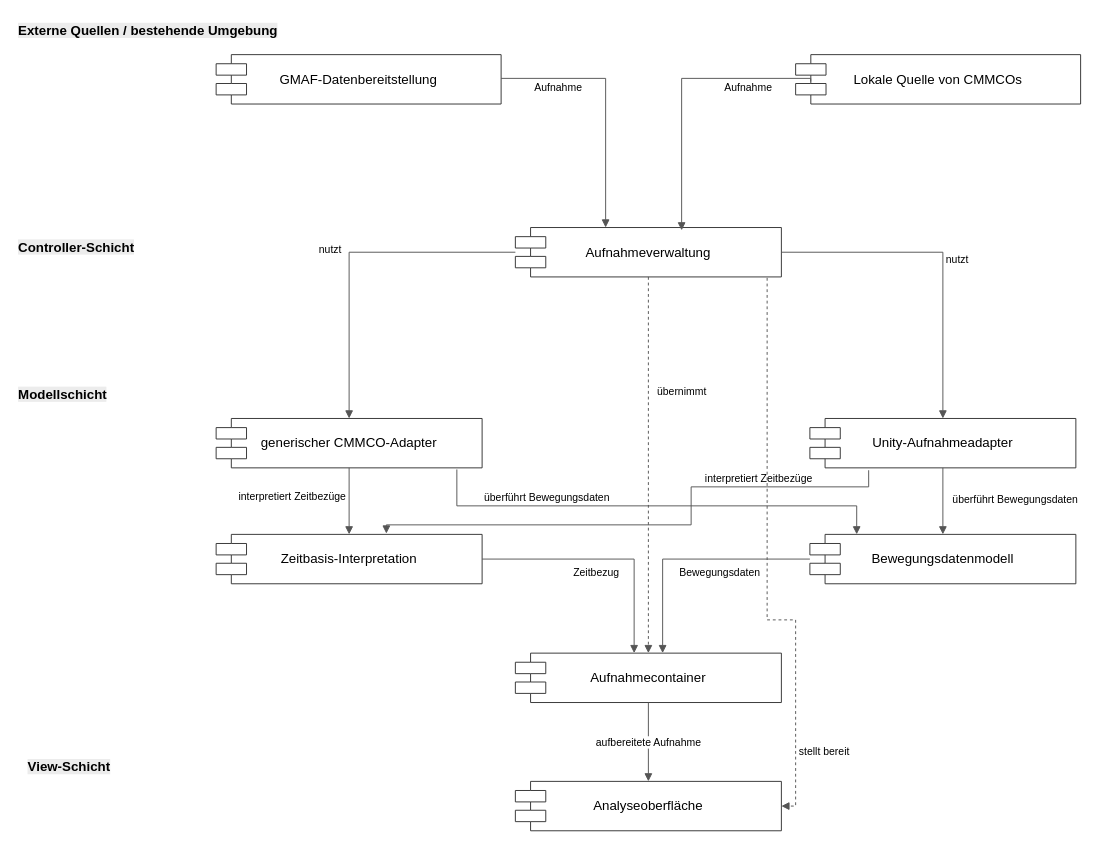
mfneu/fapra keeps this draw.io diagram as A32_Komponentenmodell.drawio. Above is the earlier version. Source tidied: cells renumbered, new cells numbered last; positions are measured from the earlier drawing's top-left corner, leaving out a move shared by most shapes. Both pictures are drawn from the tidied source at 95%, with x=0, y=0 at pixel (16, 16).
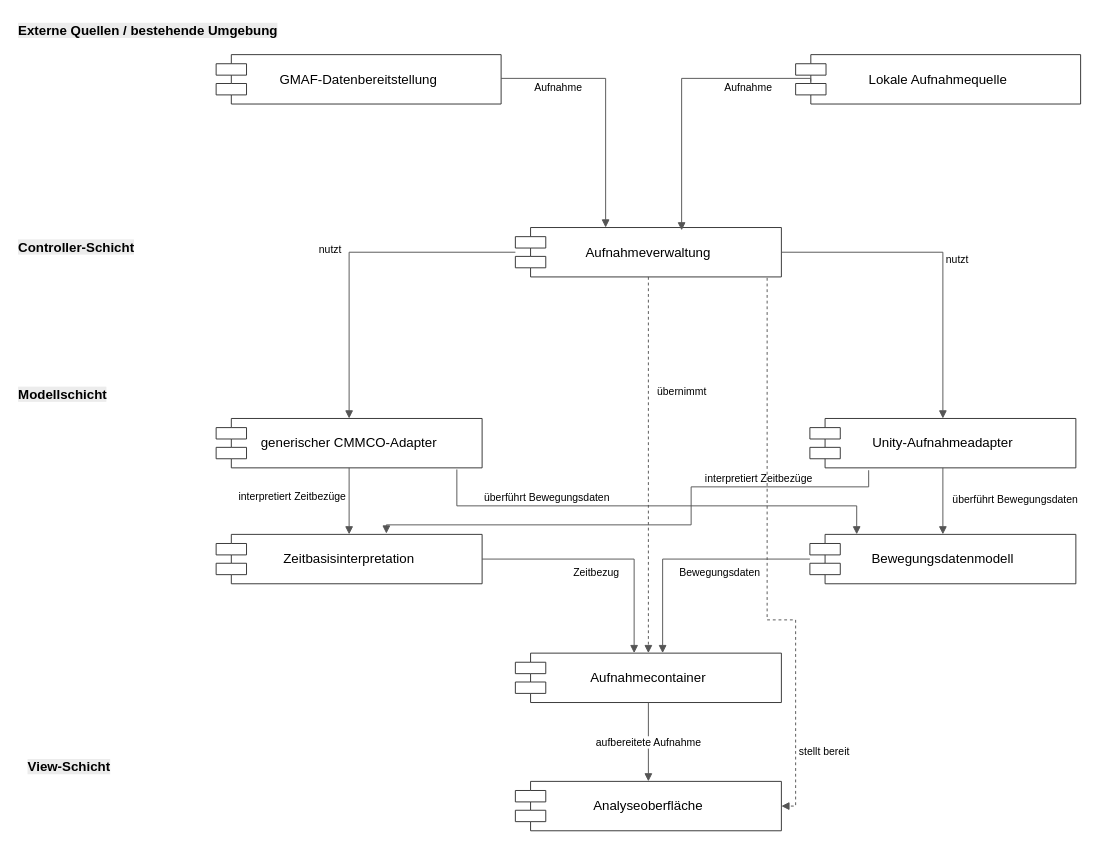
The same page after the edit.

What changed in the source:
```diff
@@
-    <mxCell id="3" value="Lokale Quelle von CMMCOs" style="shape=component;html=1;whiteSpace=wrap;rounded=0;strokeColor=#333333;fillColor=#FFFFFF;fontSize=14;align=center;verticalAlign=middle;shadow=0;" parent="1" vertex="1">
+    <mxCell id="3" value="Lokale Aufnahmequelle" style="shape=component;html=1;whiteSpace=wrap;rounded=0;strokeColor=#333333;fillColor=#FFFFFF;fontSize=14;align=center;verticalAlign=middle;shadow=0;" parent="1" vertex="1">
       <mxGeometry x="820" y="40" width="300" height="52" as="geometry" />
     </mxCell>
@@
-    <mxCell id="7" value="Zeitbasis-Interpretation" style="shape=component;html=1;whiteSpace=wrap;rounded=0;strokeColor=#333333;fillColor=#FFFFFF;fontSize=14;align=center;verticalAlign=middle;shadow=0;" parent="1" vertex="1">
+    <mxCell id="7" value="Zeitbasisinterpretation" style="shape=component;html=1;whiteSpace=wrap;rounded=0;strokeColor=#333333;fillColor=#FFFFFF;fontSize=14;align=center;verticalAlign=middle;shadow=0;" parent="1" vertex="1">
       <mxGeometry x="210" y="545" width="280" height="52" as="geometry" />
     </mxCell>
```
